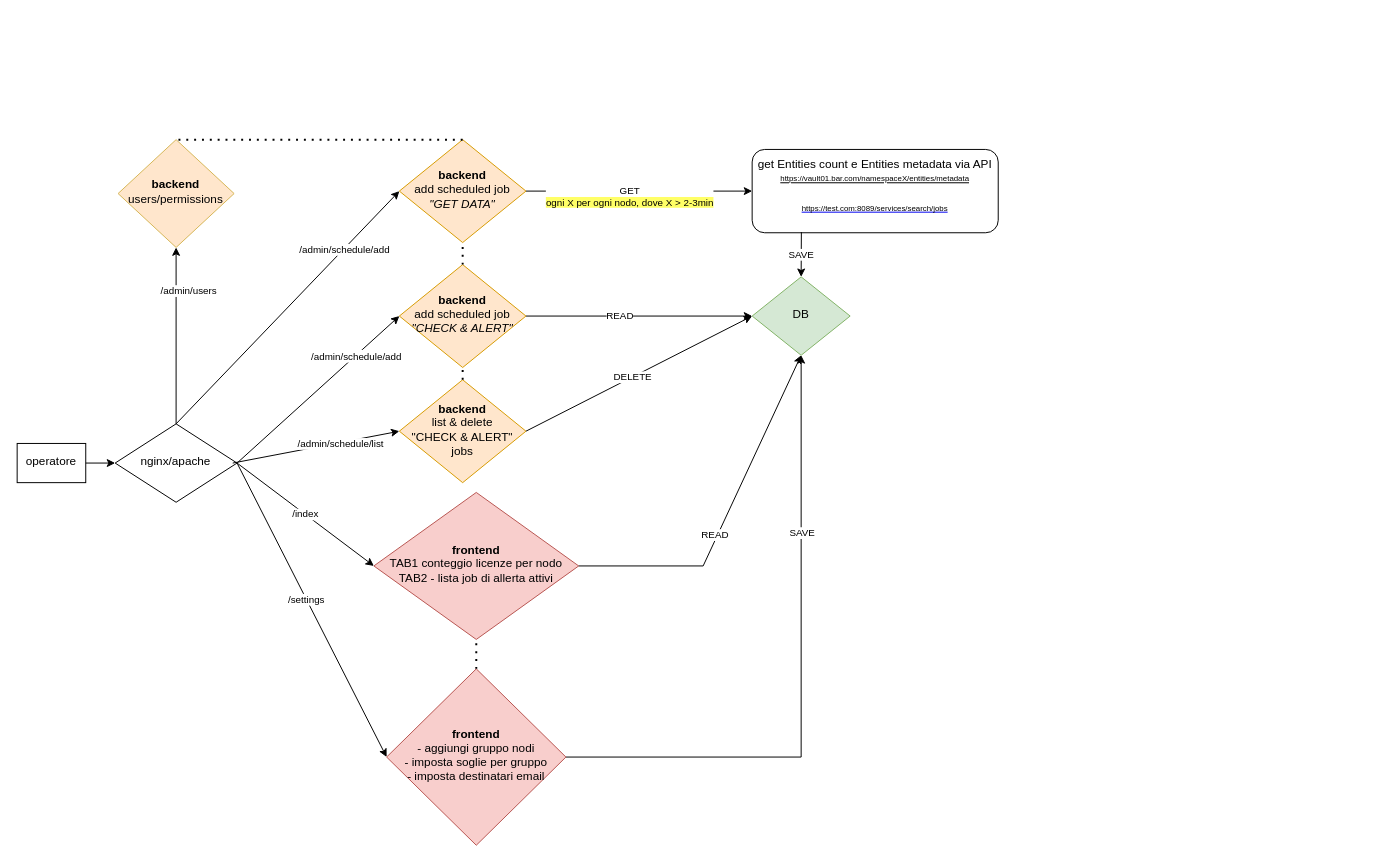
escomputers/hc_vault keeps this draw.io diagram as app_vault_entities.drawio. Above is the earlier version. Source tidied: cells renumbered, new cells numbered last; positions are measured from the earlier drawing's top-left corner, leaving out a move shared by most shapes. Both pictures are drawn from the tidied source at 98%, with x=0, y=0 at pixel (17, 139).
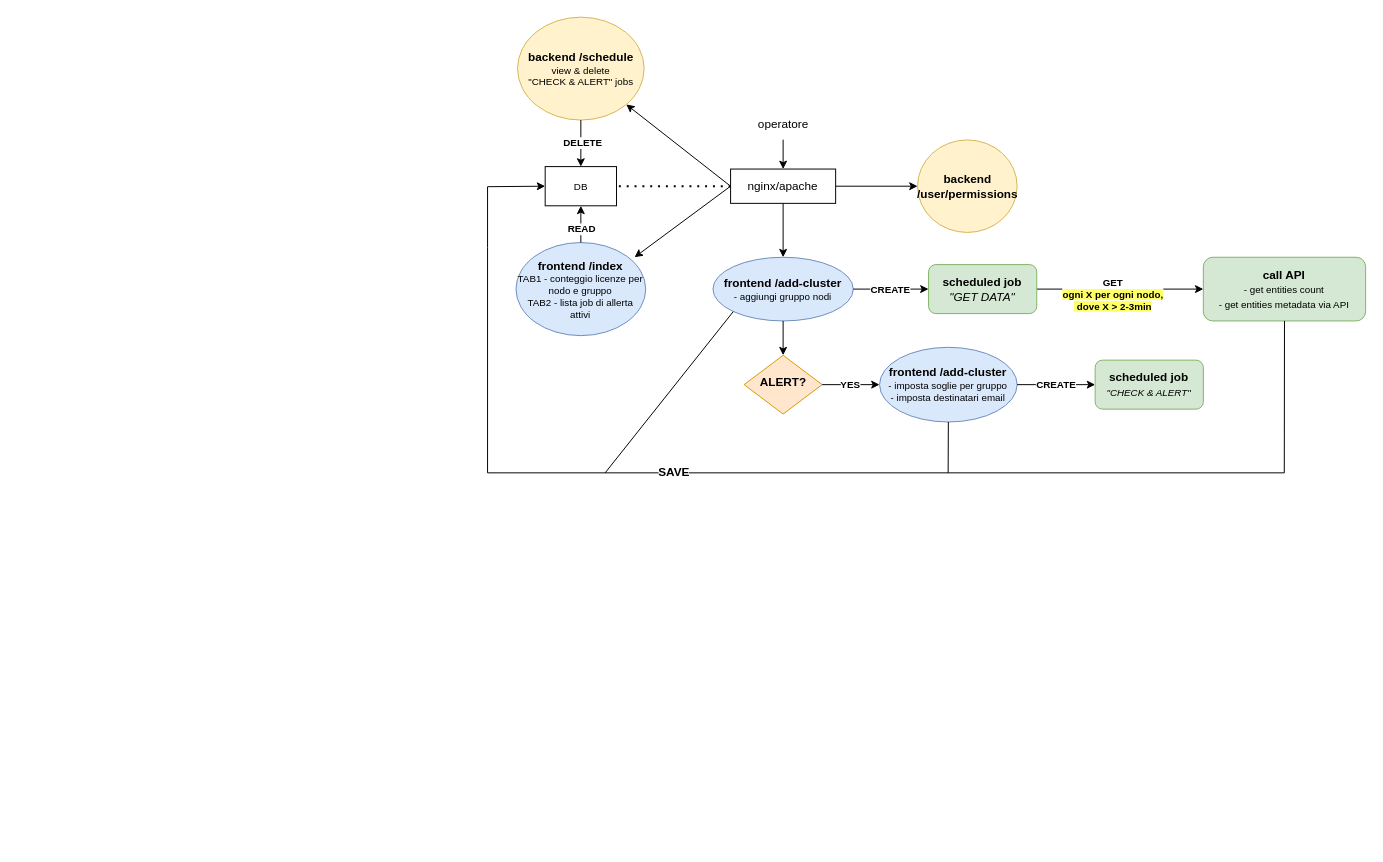
After the change.

Commit message (it also covers changes not shown here):
settings page renamed

Diff of the diagram source:
```diff
@@
-    <mxCell id="2" value="get Entities count e Entities metadata via API&lt;br&gt;&lt;font style=&quot;font-size: 8px;&quot;&gt;&lt;u&gt;https://vault01.bar.com/namespaceX/entities/metadata&lt;/u&gt;&lt;/font&gt;&lt;br&gt;&lt;p style=&quot;background:white&quot; class=&quot;MsoNormal&quot;&gt;&lt;a style=&quot;&quot; href=&quot;https://splunkit.sede.corp.sanpaoloimi.com:8089/services/search/jobs&quot;&gt;&lt;font color=&quot;#000000&quot; style=&quot;font-size: 8px;&quot;&gt;https://test.com:8089/services/search/jobs&lt;/font&gt;&lt;/a&gt;&lt;span style=&quot;font-size: 12pt;&quot;&gt;&lt;/span&gt;&lt;/p&gt;" style="rounded=1;whiteSpace=wrap;html=1;fontSize=12;glass=0;strokeWidth=1;shadow=0;" parent="1" vertex="1">
-      <mxGeometry x="750" y="10" width="251.1" height="85" as="geometry" />
+    <mxCell id="2" value="&lt;b&gt;call API&lt;/b&gt;&lt;br&gt;&lt;font style=&quot;font-size: 10px;&quot;&gt;- get entities count&lt;br&gt;- get entities metadata via API&lt;/font&gt;&lt;font style=&quot;font-size: 8px;&quot;&gt;&lt;u&gt;&lt;br&gt;&lt;/u&gt;&lt;/font&gt;" style="rounded=1;whiteSpace=wrap;html=1;fontSize=12;glass=0;strokeWidth=1;shadow=0;fillColor=#d5e8d4;strokeColor=#82b366;" parent="1" vertex="1">
+      <mxGeometry x="1210.4" y="120" width="165.6" height="65" as="geometry" />
     </mxCell>
-    <mxCell id="3" value="&lt;b&gt;backend&lt;/b&gt;&lt;br&gt;add scheduled job&lt;br&gt;&lt;i&gt;&quot;GET DATA&quot;&lt;/i&gt;" style="rhombus;whiteSpace=wrap;html=1;shadow=0;fontFamily=Helvetica;fontSize=12;align=center;strokeWidth=1;spacing=6;spacingTop=-4;fillColor=#ffe6cc;strokeColor=#d79b00;" parent="1" vertex="1">
-      <mxGeometry x="390" width="129.2" height="105" as="geometry" />
-    </mxCell>
-    <mxCell id="4" value="DB" style="rhombus;whiteSpace=wrap;html=1;shadow=0;fontFamily=Helvetica;fontSize=12;align=center;strokeWidth=1;spacing=6;spacingTop=-4;fillColor=#d5e8d4;strokeColor=#82b366;" parent="1" vertex="1">
-      <mxGeometry x="750" y="140" width="100" height="80" as="geometry" />
+    <mxCell id="4" value="DB" style="rounded=0;whiteSpace=wrap;html=1;fontSize=10;" parent="1" vertex="1">
+      <mxGeometry x="538.8" y="27.5" width="72.8" height="40" as="geometry" />
     </mxCell>
-    <mxCell id="5" value="&lt;font style=&quot;font-size: 10px;&quot;&gt;GET&lt;br&gt;&lt;span style=&quot;background-color: rgb(255, 255, 102);&quot;&gt;ogni X per ogni nodo, dove X &amp;gt; 2-3min&lt;/span&gt;&lt;/font&gt;" style="endArrow=classic;html=1;rounded=0;fontSize=8;fontColor=#000000;entryX=0;entryY=0.5;entryDx=0;entryDy=0;exitX=1;exitY=0.5;exitDx=0;exitDy=0;" parent="1" edge="1" source="3" target="2">
+    <mxCell id="5" value="&lt;font style=&quot;font-size: 10px;&quot;&gt;&lt;b&gt;GET&lt;br&gt;&lt;span style=&quot;background-color: rgb(255, 255, 102);&quot;&gt;ogni X per ogni nodo,&lt;br&gt;&amp;nbsp;dove X &amp;gt; 2-3min&lt;/span&gt;&lt;/b&gt;&lt;/font&gt;" style="endArrow=classic;html=1;rounded=0;fontSize=8;fontColor=#000000;entryX=0;entryY=0.5;entryDx=0;entryDy=0;exitX=1;exitY=0.5;exitDx=0;exitDy=0;" parent="1" edge="1" source="35" target="2">
       <mxGeometry x="-0.08" y="-5" relative="1" as="geometry" />
     </mxCell>
-    <mxCell id="6" value="nginx/apache" style="rhombus;whiteSpace=wrap;html=1;shadow=0;fontFamily=Helvetica;fontSize=12;align=center;strokeWidth=1;spacing=6;spacingTop=-4;" parent="1" vertex="1">
-      <mxGeometry x="100" y="290" width="124.4" height="80" as="geometry" />
+    <mxCell id="6" value="&lt;font style=&quot;font-size: 12px;&quot;&gt;nginx/apache&lt;/font&gt;" style="rounded=0;whiteSpace=wrap;html=1;fontSize=10;" parent="1" vertex="1">
+      <mxGeometry x="728" y="30" width="107.2" height="35" as="geometry" />
     </mxCell>
-    <mxCell id="7" value="&lt;font style=&quot;font-size: 10px;&quot;&gt;SAVE&lt;/font&gt;" style="endArrow=classic;html=1;rounded=0;fontSize=8;fontColor=#000000;entryX=0.5;entryY=0;entryDx=0;entryDy=0;exitX=0.2;exitY=0.992;exitDx=0;exitDy=0;exitPerimeter=0;" parent="1" edge="1" source="2" target="4">
-      <mxGeometry relative="1" as="geometry" />
+    <mxCell id="7" value="&lt;font style=&quot;font-size: 12px;&quot;&gt;&lt;b style=&quot;&quot;&gt;SAVE&lt;/b&gt;&lt;/font&gt;" style="endArrow=classic;html=1;rounded=0;fontSize=8;fontColor=#000000;exitX=0.5;exitY=1;exitDx=0;exitDy=0;entryX=0;entryY=0.5;entryDx=0;entryDy=0;" parent="1" edge="1" source="2" target="4">
+      <mxGeometry x="0.18" relative="1" as="geometry">
+        <Array as="points">
+          <mxPoint x="1293" y="340" />
+          <mxPoint x="480" y="340" />
+          <mxPoint x="480" y="110" />
+          <mxPoint x="480" y="48" />
+        </Array>
+      </mxGeometry>
     </mxCell>
-    <mxCell id="8" value="operatore" style="circle;whiteSpace=wrap;html=1;shadow=0;fontFamily=Helvetica;fontSize=12;align=center;strokeWidth=1;spacing=6;spacingTop=-4;rounded=0;" parent="1" vertex="1">
-      <mxGeometry y="310" width="70" height="40" as="geometry" />
-    </mxCell>
-    <mxCell id="9" value="&lt;b&gt;frontend&lt;br&gt;&lt;/b&gt;TAB1 conteggio licenze per nodo&lt;br&gt;TAB2 - lista job di allerta attivi" style="rhombus;whiteSpace=wrap;html=1;shadow=0;fontFamily=Helvetica;fontSize=12;align=center;strokeWidth=1;spacing=6;spacingTop=-4;fillColor=#f8cecc;strokeColor=#b85450;" parent="1" vertex="1">
-      <mxGeometry x="364" y="360" width="209" height="150" as="geometry" />
+    <mxCell id="9" value="&lt;b&gt;&lt;font style=&quot;font-size: 12px;&quot;&gt;frontend /index&lt;/font&gt;&lt;br&gt;&lt;/b&gt;TAB1 - conteggio licenze per nodo e gruppo&lt;br&gt;TAB2 - lista job di allerta attivi" style="ellipse;whiteSpace=wrap;html=1;fontSize=10;fillColor=#dae8fc;strokeColor=#6c8ebf;" parent="1" vertex="1">
+      <mxGeometry x="509" y="105" width="132.4" height="95" as="geometry" />
     </mxCell>
-    <mxCell id="10" style="endArrow=classic;html=1;rounded=0;fontSize=8;fontColor=#000000;exitX=1;exitY=0.5;exitDx=0;exitDy=0;entryX=0.5;entryY=1;entryDx=0;entryDy=0;" parent="1" edge="1" source="9" target="4">
-      <mxGeometry relative="1" as="geometry">
-        <Array as="points">
-          <mxPoint x="700" y="435" />
-        </Array>
-      </mxGeometry>
+    <mxCell id="10" style="endArrow=classic;html=1;rounded=0;fontSize=8;fontColor=#000000;exitX=0.5;exitY=0;exitDx=0;exitDy=0;entryX=0.5;entryY=1;entryDx=0;entryDy=0;" parent="1" edge="1" source="9" target="4">
+      <mxGeometry relative="1" as="geometry" />
     </mxCell>
-    <mxCell id="11" value="&lt;span style=&quot;font-size: 10px;&quot;&gt;READ&lt;/span&gt;" style="edgeLabel;html=1;align=center;verticalAlign=middle;fontSize=8;fontColor=#000000;" parent="10" vertex="1">
+    <mxCell id="11" value="&lt;span style=&quot;font-size: 10px;&quot;&gt;&lt;b&gt;READ&lt;/b&gt;&lt;/span&gt;" style="edgeLabel;html=1;align=center;verticalAlign=middle;fontSize=8;fontColor=#000000;" parent="10" vertex="1">
       <mxGeometry x="-0.16" y="-1" relative="1" as="geometry">
-        <mxPoint y="-9" as="offset" />
+        <mxPoint x="-1" y="1" as="offset" />
       </mxGeometry>
     </mxCell>
-    <mxCell id="12" value="&lt;font style=&quot;font-size: 10px;&quot;&gt;/admin/schedule/add&lt;/font&gt;" style="endArrow=classic;html=1;rounded=0;fontSize=8;fontColor=#000000;exitX=0.5;exitY=0;exitDx=0;exitDy=0;entryX=0;entryY=0.5;entryDx=0;entryDy=0;" parent="1" edge="1" source="6" target="3">
-      <mxGeometry x="0.5" y="-1" relative="1" as="geometry" />
-    </mxCell>
-    <mxCell id="13" value="&lt;font style=&quot;font-size: 10px;&quot;&gt;/index&lt;br&gt;&lt;/font&gt;" style="endArrow=classic;html=1;rounded=0;fontSize=8;fontColor=#000000;entryX=0;entryY=0.5;entryDx=0;entryDy=0;exitX=1;exitY=0.5;exitDx=0;exitDy=0;" parent="1" edge="1" source="6" target="9">
-      <mxGeometry relative="1" as="geometry" />
-    </mxCell>
-    <mxCell id="14" style="endArrow=classic;html=1;rounded=0;fontSize=8;fontColor=#000000;entryX=0;entryY=0.5;entryDx=0;entryDy=0;exitX=1;exitY=0.5;exitDx=0;exitDy=0;" parent="1" edge="1" source="8" target="6">
-      <mxGeometry relative="1" as="geometry" />
-    </mxCell>
-    <mxCell id="15" style="endArrow=classic;html=1;rounded=0;labelBackgroundColor=#FFFF66;fontSize=8;fontColor=#000000;exitX=1;exitY=0.5;exitDx=0;exitDy=0;entryX=0;entryY=0.5;entryDx=0;entryDy=0;" parent="1" edge="1" source="6" target="17">
+    <mxCell id="15" style="endArrow=classic;html=1;rounded=0;labelBackgroundColor=#FFFF66;fontSize=8;fontColor=#000000;exitX=0.5;exitY=1;exitDx=0;exitDy=0;entryX=0.5;entryY=0;entryDx=0;entryDy=0;" parent="1" edge="1" source="6" target="17">
       <mxGeometry relative="1" as="geometry" />
     </mxCell>
-    <mxCell id="16" value="&lt;font style=&quot;font-size: 10px;&quot;&gt;/settings&lt;/font&gt;" style="edgeLabel;html=1;align=center;verticalAlign=middle;fontSize=8;fontColor=#000000;" parent="15" vertex="1">
-      <mxGeometry x="-0.08" relative="1" as="geometry" />
-    </mxCell>
-    <mxCell id="17" value="&lt;b&gt;frontend&lt;/b&gt;&lt;br&gt;- aggiungi gruppo nodi&lt;br&gt;- imposta soglie per gruppo&lt;br&gt;- imposta destinatari email" style="rhombus;whiteSpace=wrap;html=1;shadow=0;fontFamily=Helvetica;fontSize=12;align=center;strokeWidth=1;spacing=6;spacingTop=-4;fillColor=#f8cecc;strokeColor=#b85450;" parent="1" vertex="1">
-      <mxGeometry x="377" y="540" width="183" height="180" as="geometry" />
+    <mxCell id="17" value="&lt;b&gt;&lt;font style=&quot;font-size: 12px;&quot;&gt;frontend /add-cluster&lt;/font&gt;&lt;/b&gt;&lt;br&gt;- aggiungi gruppo nodi" style="ellipse;whiteSpace=wrap;html=1;fontSize=10;fillColor=#dae8fc;strokeColor=#6c8ebf;" parent="1" vertex="1">
+      <mxGeometry x="710" y="120" width="143.2" height="65" as="geometry" />
     </mxCell>
-    <mxCell id="18" style="endArrow=none;dashed=1;html=1;dashPattern=1 3;strokeWidth=2;rounded=0;fontSize=8;fontColor=#000000;exitX=0.5;exitY=0;exitDx=0;exitDy=0;entryX=0.5;entryY=1;entryDx=0;entryDy=0;" parent="1" edge="1" source="17" target="9">
-      <mxGeometry relative="1" as="geometry" />
-    </mxCell>
-    <mxCell id="19" value="&lt;b&gt;backend&lt;/b&gt;&lt;br&gt;users/permissions" style="rhombus;whiteSpace=wrap;html=1;shadow=0;fontFamily=Helvetica;fontSize=12;align=center;strokeWidth=1;spacing=6;spacingTop=-4;fillColor=#ffe6cc;strokeColor=#d6b656;" parent="1" vertex="1">
-      <mxGeometry x="103" width="118.4" height="110" as="geometry" />
+    <mxCell id="19" value="&lt;b&gt;&lt;font style=&quot;font-size: 12px;&quot;&gt;backend /user/permissions&lt;/font&gt;&lt;/b&gt;" style="ellipse;whiteSpace=wrap;html=1;fontSize=10;fillColor=#fff2cc;strokeColor=#d6b656;" parent="1" vertex="1">
+      <mxGeometry x="918.8" y="0.3" width="101.6" height="94.4" as="geometry" />
     </mxCell>
-    <mxCell id="20" style="endArrow=none;dashed=1;html=1;dashPattern=1 3;strokeWidth=2;rounded=0;fontSize=8;fontColor=#000000;entryX=0.5;entryY=0;entryDx=0;entryDy=0;exitX=0.5;exitY=0;exitDx=0;exitDy=0;" parent="1" edge="1" source="3" target="19">
-      <mxGeometry relative="1" as="geometry" />
-    </mxCell>
-    <mxCell id="21" style="endArrow=classic;html=1;rounded=0;labelBackgroundColor=#FFFF66;fontSize=8;fontColor=#000000;entryX=0.5;entryY=1;entryDx=0;entryDy=0;exitX=0.5;exitY=0;exitDx=0;exitDy=0;" parent="1" edge="1" source="6" target="19">
-      <mxGeometry relative="1" as="geometry" />
-    </mxCell>
-    <mxCell id="22" value="&lt;font style=&quot;font-size: 10px;&quot;&gt;/admin/users&lt;/font&gt;" style="edgeLabel;html=1;align=center;verticalAlign=middle;fontSize=8;fontColor=#000000;" parent="21" vertex="1">
-      <mxGeometry x="0.08" y="2" relative="1" as="geometry">
-        <mxPoint x="14" y="-40" as="offset" />
-      </mxGeometry>
-    </mxCell>
-    <mxCell id="23" style="endArrow=classic;html=1;rounded=0;labelBackgroundColor=#FFFF66;fontSize=8;fontColor=#000000;exitX=1;exitY=0.5;exitDx=0;exitDy=0;entryX=0.5;entryY=1;entryDx=0;entryDy=0;" parent="1" edge="1" source="17" target="4">
-      <mxGeometry relative="1" as="geometry">
-        <Array as="points">
-          <mxPoint x="800" y="630" />
-        </Array>
-      </mxGeometry>
-    </mxCell>
-    <mxCell id="24" value="&lt;span style=&quot;font-size: 10px;&quot;&gt;SAVE&lt;/span&gt;" style="edgeLabel;html=1;align=center;verticalAlign=middle;fontSize=8;fontColor=#000000;" parent="23" vertex="1">
-      <mxGeometry x="-0.23" y="2" relative="1" as="geometry">
-        <mxPoint x="2" y="-220" as="offset" />
-      </mxGeometry>
-    </mxCell>
-    <mxCell id="25" value="&lt;b&gt;backend&lt;/b&gt;&lt;br&gt;add scheduled job&lt;br&gt;&lt;i&gt;&quot;CHECK &amp;amp; ALERT&quot;&lt;/i&gt;" style="rhombus;whiteSpace=wrap;html=1;shadow=0;fontFamily=Helvetica;fontSize=12;align=center;strokeWidth=1;spacing=6;spacingTop=-4;fillColor=#ffe6cc;strokeColor=#d79b00;" parent="1" vertex="1">
-      <mxGeometry x="390" y="127.5" width="129.2" height="105" as="geometry" />
-    </mxCell>
-    <mxCell id="26" style="endArrow=none;dashed=1;html=1;dashPattern=1 3;strokeWidth=2;rounded=0;fontSize=8;fontColor=#000000;entryX=0.5;entryY=1;entryDx=0;entryDy=0;exitX=0.5;exitY=0;exitDx=0;exitDy=0;" parent="1" edge="1" source="25" target="3">
-      <mxGeometry relative="1" as="geometry" />
-    </mxCell>
-    <mxCell id="27" style="endArrow=classic;html=1;rounded=0;exitX=1;exitY=0.5;exitDx=0;exitDy=0;entryX=0;entryY=0.5;entryDx=0;entryDy=0;" parent="1" edge="1" source="25" target="4">
-      <mxGeometry relative="1" as="geometry" />
-    </mxCell>
-    <mxCell id="28" value="READ" style="edgeLabel;html=1;align=center;verticalAlign=middle;fontSize=10;" parent="27" vertex="1">
-      <mxGeometry x="-0.18" y="1" relative="1" as="geometry" />
-    </mxCell>
-    <mxCell id="29" value="&lt;font style=&quot;font-size: 10px;&quot;&gt;/admin/schedule/add&lt;br&gt;&lt;/font&gt;" style="endArrow=classic;html=1;rounded=0;entryX=0;entryY=0.5;entryDx=0;entryDy=0;" parent="1" edge="1" target="25">
-      <mxGeometry x="0.46" y="-1" relative="1" as="geometry">
-        <mxPoint x="224.4" y="330" as="sourcePoint" />
-      </mxGeometry>
-    </mxCell>
-    <mxCell id="30" value="&lt;b&gt;backend&lt;/b&gt;&lt;br&gt;list &amp;amp; delete &lt;br&gt;&quot;CHECK &amp;amp; ALERT&quot; jobs" style="rhombus;whiteSpace=wrap;html=1;shadow=0;fontFamily=Helvetica;fontSize=12;align=center;strokeWidth=1;spacing=6;spacingTop=-4;fillColor=#ffe6cc;strokeColor=#d79b00;" parent="1" vertex="1">
-      <mxGeometry x="390" y="245" width="129.2" height="105" as="geometry" />
+    <mxCell id="30" value="&lt;b&gt;&lt;font style=&quot;font-size: 12px;&quot;&gt;backend /schedule&lt;/font&gt;&lt;/b&gt;&lt;br&gt;view &amp;amp; delete &lt;br&gt;&quot;CHECK &amp;amp; ALERT&quot; jobs" style="ellipse;whiteSpace=wrap;html=1;fontSize=10;fillColor=#fff2cc;strokeColor=#d6b656;" parent="1" vertex="1">
+      <mxGeometry x="510.6" y="-125" width="129.2" height="105" as="geometry" />
     </mxCell>
-    <mxCell id="31" style="endArrow=none;dashed=1;html=1;dashPattern=1 3;strokeWidth=2;rounded=0;fontSize=8;fontColor=#000000;entryX=0.5;entryY=1;entryDx=0;entryDy=0;exitX=0.5;exitY=0;exitDx=0;exitDy=0;" parent="1" edge="1" source="30" target="25">
-      <mxGeometry relative="1" as="geometry" />
-    </mxCell>
-    <mxCell id="32" style="endArrow=classic;html=1;rounded=0;fontSize=10;exitX=1;exitY=0.5;exitDx=0;exitDy=0;entryX=0;entryY=0.5;entryDx=0;entryDy=0;" parent="1" edge="1" source="30" target="4">
+    <mxCell id="32" style="endArrow=classic;html=1;rounded=0;fontSize=10;exitX=0.5;exitY=1;exitDx=0;exitDy=0;entryX=0.5;entryY=0;entryDx=0;entryDy=0;" parent="1" edge="1" source="30" target="4">
       <mxGeometry relative="1" as="geometry" />
     </mxCell>
-    <mxCell id="33" value="DELETE" style="edgeLabel;html=1;align=center;verticalAlign=middle;fontSize=10;" parent="32" vertex="1">
+    <mxCell id="33" value="&lt;b&gt;DELETE&lt;/b&gt;" style="edgeLabel;html=1;align=center;verticalAlign=middle;fontSize=10;" parent="32" vertex="1">
       <mxGeometry x="-0.06" y="1" relative="1" as="geometry" />
     </mxCell>
-    <mxCell id="34" value="/admin/schedule/list" style="endArrow=classic;html=1;rounded=0;fontSize=10;entryX=0;entryY=0.5;entryDx=0;entryDy=0;" parent="1" edge="1" target="30">
-      <mxGeometry x="0.29" y="-1" relative="1" as="geometry">
-        <mxPoint x="220" y="330" as="sourcePoint" />
-      </mxGeometry>
-    </mxCell>
+    <mxCell id="35" value="&lt;b&gt;scheduled job&lt;/b&gt;&lt;br&gt;&lt;i&gt;&quot;GET DATA&quot;&lt;/i&gt;" style="rounded=1;whiteSpace=wrap;html=1;fontSize=12;glass=0;strokeWidth=1;shadow=0;fillColor=#d5e8d4;strokeColor=#82b366;" parent="1" vertex="1">
+      <mxGeometry x="930" y="127.5" width="110.4" height="50" as="geometry" />
+    </mxCell>
+    <mxCell id="36" value="&lt;b&gt;CREATE&lt;/b&gt;" style="endArrow=classic;html=1;rounded=0;fontSize=10;entryX=0;entryY=0.5;entryDx=0;entryDy=0;exitX=1;exitY=0.5;exitDx=0;exitDy=0;" parent="1" edge="1" source="17" target="35">
+      <mxGeometry relative="1" as="geometry" />
+    </mxCell>
+    <mxCell id="14" style="endArrow=classic;html=1;rounded=0;fontSize=10;entryX=0.5;entryY=0;entryDx=0;entryDy=0;" parent="1" edge="1" source="8" target="6">
+      <mxGeometry relative="1" as="geometry" />
+    </mxCell>
+    <mxCell id="37" value="&lt;b&gt;ALERT?&lt;/b&gt;" style="rhombus;whiteSpace=wrap;html=1;shadow=0;fontFamily=Helvetica;fontSize=12;align=center;strokeWidth=1;spacing=6;spacingTop=-4;fillColor=#ffe6cc;strokeColor=#d79b00;" parent="1" vertex="1">
+      <mxGeometry x="741.8" y="220" width="79.6" height="60" as="geometry" />
+    </mxCell>
+    <mxCell id="38" style="endArrow=classic;html=1;rounded=0;fontSize=10;exitX=0.5;exitY=1;exitDx=0;exitDy=0;entryX=0.5;entryY=0;entryDx=0;entryDy=0;" parent="1" edge="1" source="17" target="37">
+      <mxGeometry relative="1" as="geometry" />
+    </mxCell>
+    <mxCell id="39" value="&lt;b&gt;YES&lt;/b&gt;" style="endArrow=classic;html=1;rounded=0;fontSize=10;exitX=1;exitY=0.5;exitDx=0;exitDy=0;entryX=0;entryY=0.5;entryDx=0;entryDy=0;" parent="1" edge="1" source="37" target="41">
+      <mxGeometry relative="1" as="geometry">
+        <Array as="points">
+          <mxPoint x="850" y="250" />
+          <mxPoint x="880" y="250" />
+        </Array>
+      </mxGeometry>
+    </mxCell>
+    <mxCell id="40" value="&lt;b&gt;scheduled job&lt;/b&gt;&lt;br&gt;&lt;i&gt;&lt;font style=&quot;font-size: 10px;&quot;&gt;&quot;CHECK &amp;amp; ALERT&quot;&lt;/font&gt;&lt;/i&gt;" style="rounded=1;whiteSpace=wrap;html=1;fontSize=12;glass=0;strokeWidth=1;shadow=0;fillColor=#d5e8d4;strokeColor=#82b366;" parent="1" vertex="1">
+      <mxGeometry x="1100" y="225" width="110.4" height="50" as="geometry" />
+    </mxCell>
+    <mxCell id="41" value="&lt;b&gt;&lt;font style=&quot;font-size: 12px;&quot;&gt;frontend /add-cluster&lt;/font&gt;&lt;/b&gt;&lt;br&gt;- imposta soglie per gruppo&lt;br&gt;- imposta destinatari email" style="ellipse;whiteSpace=wrap;html=1;fontSize=10;fillColor=#dae8fc;strokeColor=#6c8ebf;" parent="1" vertex="1">
+      <mxGeometry x="880" y="211.9" width="140.4" height="76.2" as="geometry" />
+    </mxCell>
+    <mxCell id="8" value="&lt;font style=&quot;font-size: 12px;&quot;&gt;operatore&lt;/font&gt;" style="text;html=1;strokeColor=none;fillColor=none;align=center;verticalAlign=middle;whiteSpace=wrap;rounded=0;fontSize=10;" parent="1" vertex="1">
+      <mxGeometry x="751.6" y="-30" width="60" height="30" as="geometry" />
+    </mxCell>
+    <mxCell id="42" value="&lt;b&gt;CREATE&lt;/b&gt;" style="endArrow=classic;html=1;rounded=0;fontSize=10;entryX=0;entryY=0.5;entryDx=0;entryDy=0;exitX=1;exitY=0.5;exitDx=0;exitDy=0;" parent="1" edge="1" source="41" target="40">
+      <mxGeometry relative="1" as="geometry" />
+    </mxCell>
+    <mxCell id="13" style="endArrow=classic;html=1;rounded=0;fontSize=10;exitX=0;exitY=0.5;exitDx=0;exitDy=0;entryX=0.914;entryY=0.158;entryDx=0;entryDy=0;entryPerimeter=0;" parent="1" edge="1" source="6" target="9">
+      <mxGeometry relative="1" as="geometry" />
+    </mxCell>
+    <mxCell id="43" style="endArrow=classic;html=1;rounded=0;fontSize=10;exitX=0;exitY=0.5;exitDx=0;exitDy=0;" parent="1" edge="1" source="6" target="30">
+      <mxGeometry relative="1" as="geometry" />
+    </mxCell>
+    <mxCell id="21" style="endArrow=classic;html=1;rounded=0;fontSize=12;exitX=1;exitY=0.5;exitDx=0;exitDy=0;entryX=0;entryY=0.5;entryDx=0;entryDy=0;" parent="1" edge="1" source="6" target="19">
+      <mxGeometry relative="1" as="geometry" />
+    </mxCell>
+    <mxCell id="44" style="endArrow=none;html=1;rounded=0;fontSize=12;entryX=0.5;entryY=1;entryDx=0;entryDy=0;" parent="1" edge="1" target="41">
+      <mxGeometry relative="1" as="geometry">
+        <mxPoint x="950" y="340" as="sourcePoint" />
+      </mxGeometry>
+    </mxCell>
+    <mxCell id="45" style="endArrow=none;html=1;rounded=0;fontSize=12;entryX=0;entryY=1;entryDx=0;entryDy=0;" parent="1" edge="1" target="17">
+      <mxGeometry relative="1" as="geometry">
+        <mxPoint x="600" y="340" as="sourcePoint" />
+      </mxGeometry>
+    </mxCell>
+    <mxCell id="46" style="endArrow=none;dashed=1;html=1;dashPattern=1 3;strokeWidth=2;rounded=0;fontSize=12;exitX=0;exitY=0.5;exitDx=0;exitDy=0;entryX=1;entryY=0.5;entryDx=0;entryDy=0;" parent="1" edge="1" source="6" target="4">
+      <mxGeometry relative="1" as="geometry" />
+    </mxCell>
```
